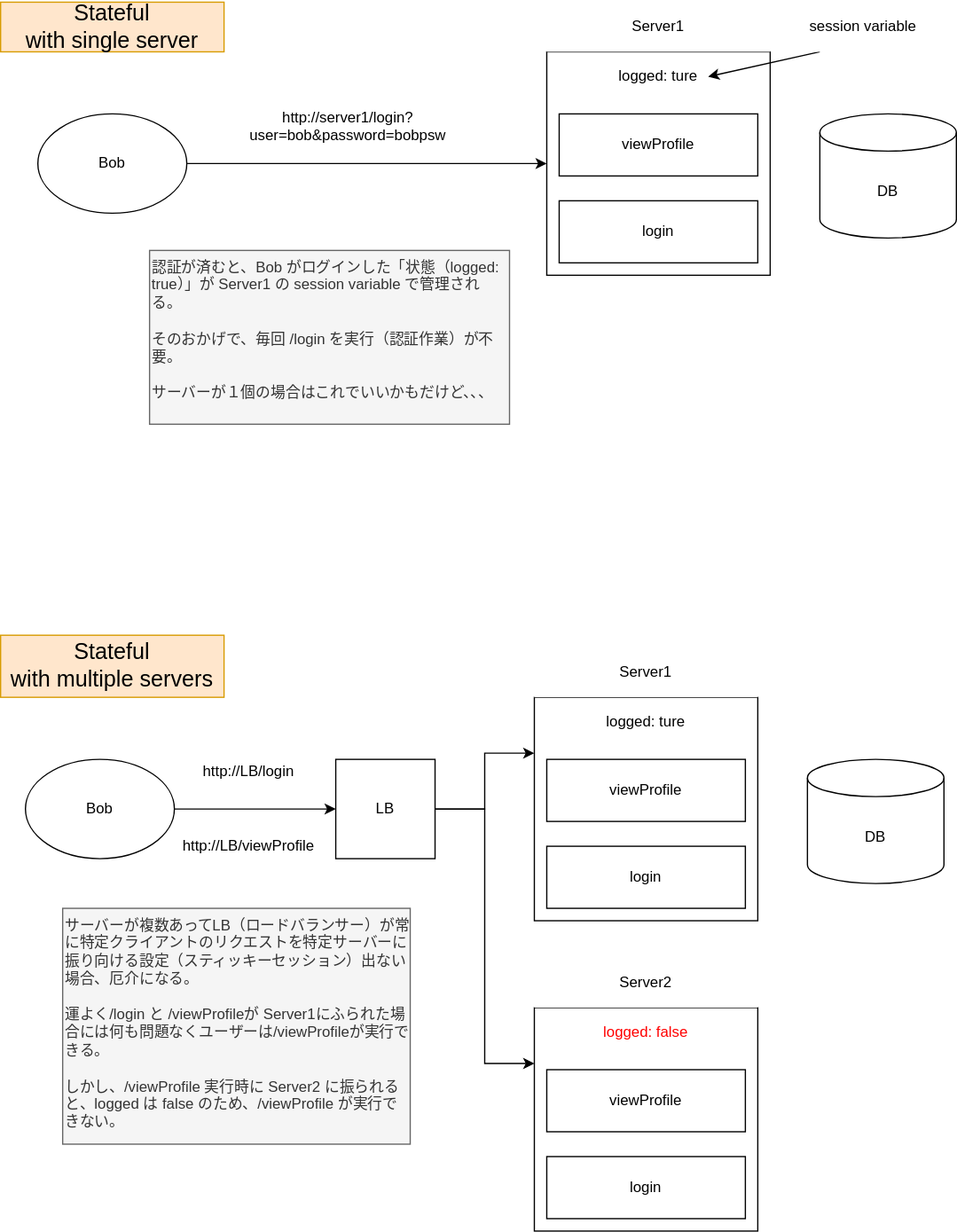
KeisakuHiga/study keeps this draw.io diagram as stateful.drawio.svg. Above is the earlier version. Source tidied: cells renumbered, new cells last; positions are measured from the earlier drawing's top-left corner, leaving out a move shared by most shapes. Its diagram source:
```xml
<mxGraphModel>
  <root>
    <mxCell id="0" />
    <mxCell id="1" parent="0" />
    <mxCell id="2" style="whiteSpace=wrap;html=1;" parent="1" vertex="1">
      <mxGeometry x="440" y="40" width="180" height="180" as="geometry" />
    </mxCell>
    <mxCell id="3" value="Server1" style="rounded=0;whiteSpace=wrap;html=1;strokeColor=none;" parent="1" vertex="1">
      <mxGeometry x="440" width="180" height="40" as="geometry" />
    </mxCell>
    <mxCell id="4" value="viewProfile" style="rounded=0;whiteSpace=wrap;html=1;" parent="1" vertex="1">
      <mxGeometry x="450" y="90" width="160" height="50" as="geometry" />
    </mxCell>
    <mxCell id="5" value="login" style="rounded=0;whiteSpace=wrap;html=1;" parent="1" vertex="1">
      <mxGeometry x="450" y="160" width="160" height="50" as="geometry" />
    </mxCell>
    <mxCell id="6" value="Bob" style="ellipse;whiteSpace=wrap;html=1;" parent="1" vertex="1">
      <mxGeometry x="30" y="90" width="120" height="80" as="geometry" />
    </mxCell>
    <mxCell id="7" style="edgeStyle=orthogonalEdgeStyle;rounded=0;jettySize=auto;html=1;exitX=1;exitY=0.5;exitDx=0;exitDy=0;" parent="1" edge="1" source="6">
      <mxGeometry relative="1" as="geometry">
        <mxPoint x="440" y="130" as="targetPoint" />
        <Array as="points">
          <mxPoint x="440" y="130" />
        </Array>
      </mxGeometry>
    </mxCell>
    <mxCell id="8" value="http://server1/login?user=bob&amp;amp;password=bobpsw" style="rounded=0;whiteSpace=wrap;html=1;strokeColor=none;" parent="1" vertex="1">
      <mxGeometry x="190" y="80" width="180" height="40" as="geometry" />
    </mxCell>
    <mxCell id="9" value="DB" style="shape=cylinder3;whiteSpace=wrap;html=1;boundedLbl=1;backgroundOutline=1;size=15;" parent="1" vertex="1">
      <mxGeometry x="660" y="90" width="110" height="100" as="geometry" />
    </mxCell>
    <mxCell id="10" value="logged: ture" style="rounded=0;whiteSpace=wrap;html=1;strokeColor=none;" parent="1" vertex="1">
      <mxGeometry x="460" y="50" width="140" height="20" as="geometry" />
    </mxCell>
    <mxCell id="11" style="whiteSpace=wrap;html=1;" parent="1" vertex="1">
      <mxGeometry x="430" y="560" width="180" height="180" as="geometry" />
    </mxCell>
    <mxCell id="12" value="Server1" style="rounded=0;whiteSpace=wrap;html=1;strokeColor=none;" parent="1" vertex="1">
      <mxGeometry x="430" y="520" width="180" height="40" as="geometry" />
    </mxCell>
    <mxCell id="13" value="viewProfile" style="rounded=0;whiteSpace=wrap;html=1;" parent="1" vertex="1">
      <mxGeometry x="440" y="610" width="160" height="50" as="geometry" />
    </mxCell>
    <mxCell id="14" value="login" style="rounded=0;whiteSpace=wrap;html=1;" parent="1" vertex="1">
      <mxGeometry x="440" y="680" width="160" height="50" as="geometry" />
    </mxCell>
    <mxCell id="15" style="edgeStyle=orthogonalEdgeStyle;rounded=0;jettySize=auto;html=1;exitX=1;exitY=0.5;exitDx=0;exitDy=0;" parent="1" edge="1" source="16">
      <mxGeometry relative="1" as="geometry">
        <mxPoint x="270" y="650" as="targetPoint" />
      </mxGeometry>
    </mxCell>
    <mxCell id="16" value="Bob" style="ellipse;whiteSpace=wrap;html=1;" parent="1" vertex="1">
      <mxGeometry x="20" y="610" width="120" height="80" as="geometry" />
    </mxCell>
    <mxCell id="17" style="edgeStyle=orthogonalEdgeStyle;rounded=0;jettySize=auto;html=1;entryX=0;entryY=0.25;entryDx=0;entryDy=0;" parent="1" edge="1" source="19" target="11">
      <mxGeometry relative="1" as="geometry" />
    </mxCell>
    <mxCell id="18" style="edgeStyle=orthogonalEdgeStyle;rounded=0;jettySize=auto;html=1;entryX=0;entryY=0.25;entryDx=0;entryDy=0;" parent="1" edge="1" source="19" target="20">
      <mxGeometry relative="1" as="geometry" />
    </mxCell>
    <mxCell id="19" value="LB" style="whiteSpace=wrap;html=1;" parent="1" vertex="1">
      <mxGeometry x="270" y="610" width="80" height="80" as="geometry" />
    </mxCell>
    <mxCell id="20" style="whiteSpace=wrap;html=1;" parent="1" vertex="1">
      <mxGeometry x="430" y="810" width="180" height="180" as="geometry" />
    </mxCell>
    <mxCell id="21" value="Server2" style="rounded=0;whiteSpace=wrap;html=1;strokeColor=none;" parent="1" vertex="1">
      <mxGeometry x="430" y="770" width="180" height="40" as="geometry" />
    </mxCell>
    <mxCell id="22" value="viewProfile" style="rounded=0;whiteSpace=wrap;html=1;" parent="1" vertex="1">
      <mxGeometry x="440" y="860" width="160" height="50" as="geometry" />
    </mxCell>
    <mxCell id="23" value="login" style="rounded=0;whiteSpace=wrap;html=1;" parent="1" vertex="1">
      <mxGeometry x="440" y="930" width="160" height="50" as="geometry" />
    </mxCell>
    <mxCell id="24" value="http://LB/login" style="rounded=0;whiteSpace=wrap;html=1;strokeColor=none;" parent="1" vertex="1">
      <mxGeometry x="140" y="600" width="120" height="40" as="geometry" />
    </mxCell>
    <mxCell id="25" value="DB" style="shape=cylinder3;whiteSpace=wrap;html=1;boundedLbl=1;backgroundOutline=1;size=15;" parent="1" vertex="1">
      <mxGeometry x="650" y="610" width="110" height="100" as="geometry" />
    </mxCell>
    <mxCell id="26" value="logged: ture" style="rounded=0;whiteSpace=wrap;html=1;strokeColor=none;" parent="1" vertex="1">
      <mxGeometry x="450" y="570" width="140" height="20" as="geometry" />
    </mxCell>
    <mxCell id="27" value="logged: false" style="rounded=0;whiteSpace=wrap;html=1;strokeColor=none;fontColor=#FF0000;" parent="1" vertex="1">
      <mxGeometry x="450" y="820" width="140" height="20" as="geometry" />
    </mxCell>
    <mxCell id="28" value="Stateful&lt;br&gt;with single server" style="rounded=0;whiteSpace=wrap;html=1;strokeColor=#d79b00;fontSize=18;fillColor=#ffe6cc;" parent="1" vertex="1">
      <mxGeometry width="180" height="40" as="geometry" />
    </mxCell>
    <mxCell id="29" value="Stateful&lt;br&gt;with multiple servers" style="rounded=0;whiteSpace=wrap;html=1;strokeColor=#d79b00;fontSize=18;fillColor=#ffe6cc;" parent="1" vertex="1">
      <mxGeometry y="510" width="180" height="50" as="geometry" />
    </mxCell>
    <mxCell id="30" style="endArrow=classic;html=1;fontSize=18;entryX=0.786;entryY=0.5;entryDx=0;entryDy=0;entryPerimeter=0;" parent="1" edge="1" target="10">
      <mxGeometry relative="1" as="geometry">
        <mxPoint x="660" y="40" as="sourcePoint" />
      </mxGeometry>
    </mxCell>
    <mxCell id="31" value="session variable" style="rounded=0;whiteSpace=wrap;html=1;strokeColor=none;" parent="1" vertex="1">
      <mxGeometry x="640" width="110" height="40" as="geometry" />
    </mxCell>
    <mxCell id="32" value="サーバーが複数あってLB（ロードバランサー）が常に特定クライアントのリクエストを特定サーバーに振り向ける設定（スティッキーセッション）出ない場合、厄介になる。&lt;br&gt;&lt;br&gt;運よく/login と /viewProfileが Server1にふられた場合には何も問題なくユーザーは/viewProfileが実行できる。&lt;br&gt;&lt;br&gt;しかし、/viewProfile 実行時に Server2 に振られると、logged は false のため、/viewProfile が実行できない。" style="rounded=0;whiteSpace=wrap;html=1;strokeColor=#666666;align=left;verticalAlign=top;fillColor=#f5f5f5;fontColor=#333333;" parent="1" vertex="1">
      <mxGeometry x="50" y="730" width="280" height="190" as="geometry" />
    </mxCell>
    <mxCell id="33" value="http://LB/viewProfile" style="rounded=0;whiteSpace=wrap;html=1;strokeColor=none;" parent="1" vertex="1">
      <mxGeometry x="140" y="660" width="120" height="40" as="geometry" />
    </mxCell>
    <mxCell id="34" value="認証が済むと、Bob がログインした「状態（logged: true）」が Server1 の session variable で管理される。&lt;br&gt;&lt;br&gt;そのおかげで、毎回 /login を実行（認証作業）が不要。&lt;br&gt;&lt;br&gt;サーバーが１個の場合はこれでいいかもだけど、、、" style="rounded=0;whiteSpace=wrap;html=1;strokeColor=#666666;align=left;verticalAlign=top;fillColor=#f5f5f5;fontColor=#333333;" parent="1" vertex="1">
      <mxGeometry x="120" y="200" width="290" height="140" as="geometry" />
    </mxCell>
  </root>
</mxGraphModel>
```
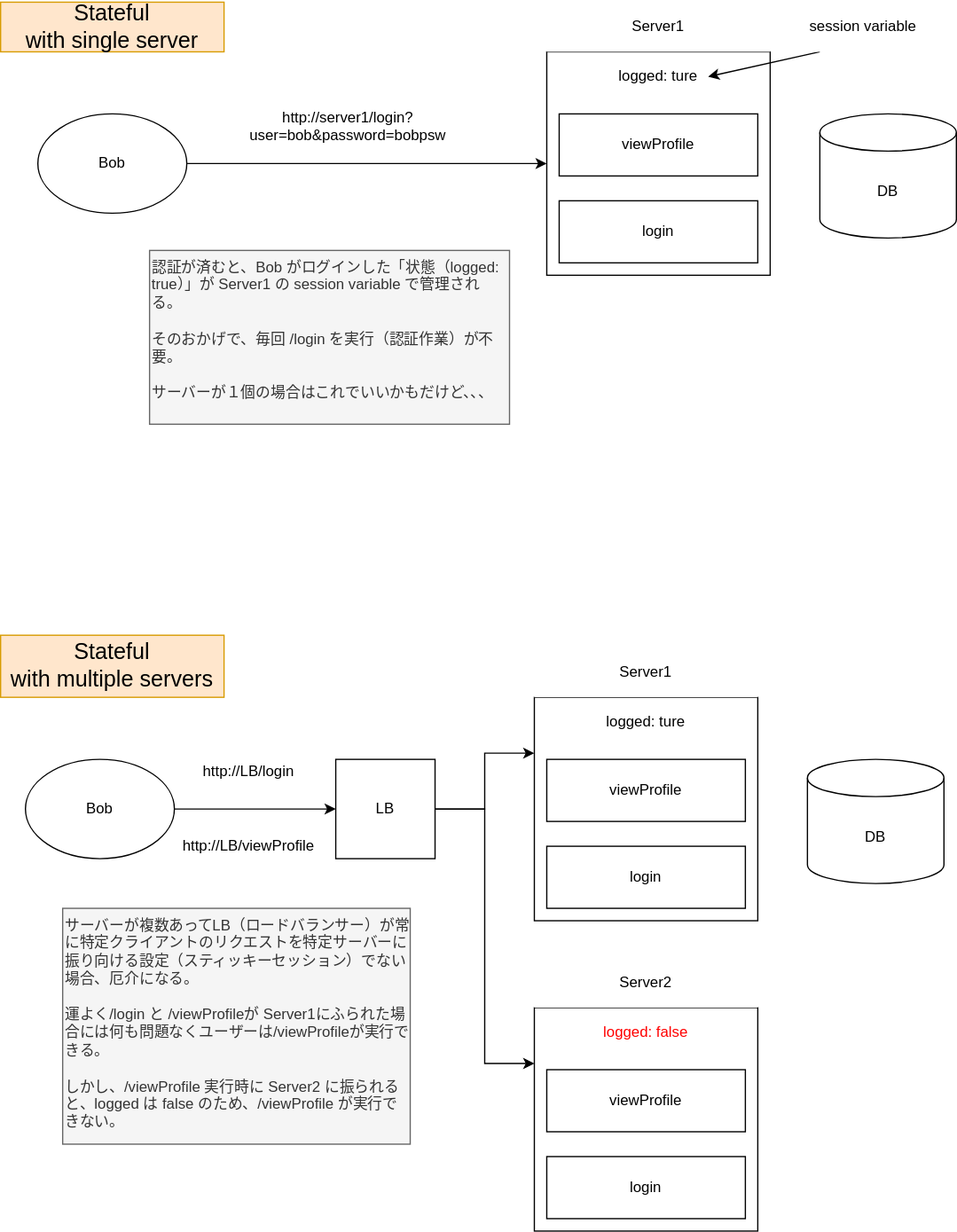
Later version of the same file.

What changed in the source:
```diff
@@ -101,7 +101,7 @@
     <mxCell id="31" value="session variable" style="rounded=0;whiteSpace=wrap;html=1;strokeColor=none;" parent="1" vertex="1">
       <mxGeometry x="640" width="110" height="40" as="geometry" />
     </mxCell>
-    <mxCell id="32" value="サーバーが複数あってLB（ロードバランサー）が常に特定クライアントのリクエストを特定サーバーに振り向ける設定（スティッキーセッション）出ない場合、厄介になる。&lt;br&gt;&lt;br&gt;運よく/login と /viewProfileが Server1にふられた場合には何も問題なくユーザーは/viewProfileが実行できる。&lt;br&gt;&lt;br&gt;しかし、/viewProfile 実行時に Server2 に振られると、logged は false のため、/viewProfile が実行できない。" style="rounded=0;whiteSpace=wrap;html=1;strokeColor=#666666;align=left;verticalAlign=top;fillColor=#f5f5f5;fontColor=#333333;" parent="1" vertex="1">
+    <mxCell id="32" value="サーバーが複数あってLB（ロードバランサー）が常に特定クライアントのリクエストを特定サーバーに振り向ける設定（スティッキーセッション）でない場合、厄介になる。&lt;br&gt;&lt;br&gt;運よく/login と /viewProfileが Server1にふられた場合には何も問題なくユーザーは/viewProfileが実行できる。&lt;br&gt;&lt;br&gt;しかし、/viewProfile 実行時に Server2 に振られると、logged は false のため、/viewProfile が実行できない。" style="rounded=0;whiteSpace=wrap;html=1;strokeColor=#666666;align=left;verticalAlign=top;fillColor=#f5f5f5;fontColor=#333333;" parent="1" vertex="1">
       <mxGeometry x="50" y="730" width="280" height="190" as="geometry" />
     </mxCell>
     <mxCell id="33" value="http://LB/viewProfile" style="rounded=0;whiteSpace=wrap;html=1;strokeColor=none;" parent="1" vertex="1">
```
